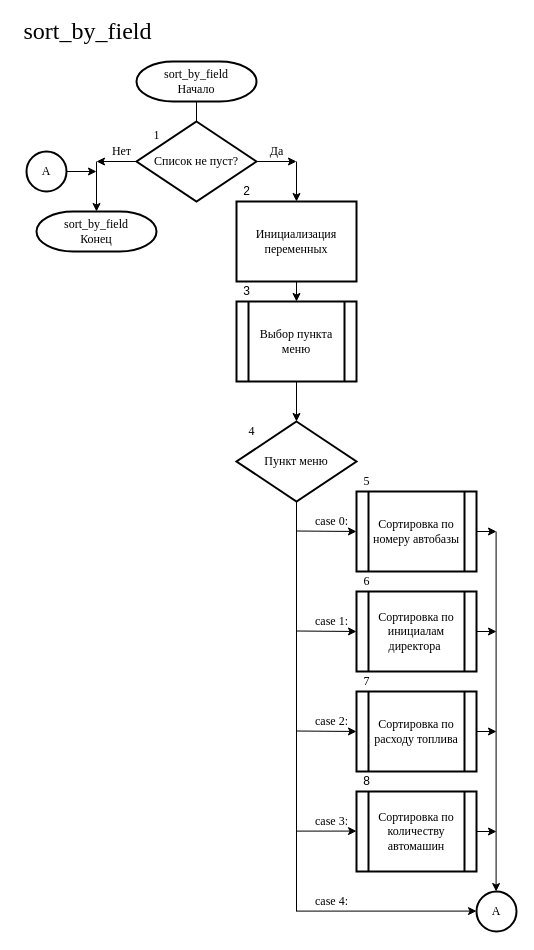
Earlier version of the draw.io diagram page "Сортировка" (4 of 12) of Структурные схемы для КП.drawio (noidoRG/my-draw.io). Source tidied: cells renumbered, new cells numbered last; positions are measured from the earlier drawing's top-left corner, leaving out a move shared by most shapes. Both pictures are drawn from the tidied source at 100%, with x=0, y=0 at pixel (17, 21).
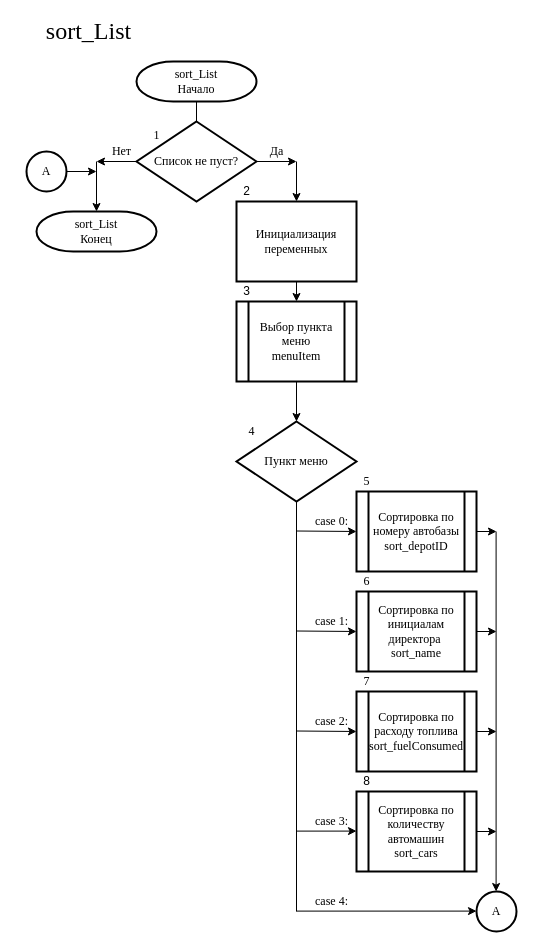
The same page after the edit.

Diff of the diagram source:
```diff
@@
-    <mxCell id="2" value="Выбор пункта меню" style="shape=process;whiteSpace=wrap;html=1;backgroundOutline=1;strokeWidth=2;fontFamily=Times New Roman;fontSize=12;align=center;" parent="1" vertex="1">
+    <mxCell id="2" value="Выбор пункта меню&lt;br&gt;menuItem" style="shape=process;whiteSpace=wrap;html=1;backgroundOutline=1;strokeWidth=2;fontFamily=Times New Roman;fontSize=12;align=center;" parent="1" vertex="1">
       <mxGeometry x="219" y="280" width="120" height="80" as="geometry" />
     </mxCell>
@@
-    <mxCell id="6" value="Сортировка по номеру автобазы" style="shape=process;whiteSpace=wrap;html=1;backgroundOutline=1;strokeWidth=2;fontFamily=Times New Roman;" parent="1" vertex="1">
+    <mxCell id="6" value="Сортировка по номеру автобазы&lt;br&gt;sort_depotID" style="shape=process;whiteSpace=wrap;html=1;backgroundOutline=1;strokeWidth=2;fontFamily=Times New Roman;" parent="1" vertex="1">
       <mxGeometry x="339" y="470" width="120" height="80" as="geometry" />
     </mxCell>
@@
-    <mxCell id="8" value="Сортировка по инициалам директора&amp;nbsp;" style="shape=process;whiteSpace=wrap;html=1;backgroundOutline=1;strokeWidth=2;fontFamily=Times New Roman;" parent="1" vertex="1">
+    <mxCell id="8" value="Сортировка по инициалам директора&amp;nbsp;&lt;br&gt;sort_name" style="shape=process;whiteSpace=wrap;html=1;backgroundOutline=1;strokeWidth=2;fontFamily=Times New Roman;" parent="1" vertex="1">
       <mxGeometry x="339" y="570" width="120" height="80" as="geometry" />
     </mxCell>
@@
-    <mxCell id="10" value="Сортировка по расходу топлива" style="shape=process;whiteSpace=wrap;html=1;backgroundOutline=1;strokeWidth=2;fontFamily=Times New Roman;" parent="1" vertex="1">
+    <mxCell id="10" value="Сортировка по расходу топлива&lt;br&gt;sort_fuelConsumed" style="shape=process;whiteSpace=wrap;html=1;backgroundOutline=1;strokeWidth=2;fontFamily=Times New Roman;" parent="1" vertex="1">
       <mxGeometry x="339" y="670" width="120" height="80" as="geometry" />
     </mxCell>
@@
-    <mxCell id="15" value="Сортировка по количеству автомашин" style="shape=process;whiteSpace=wrap;html=1;backgroundOutline=1;strokeWidth=2;fontFamily=Times New Roman;" parent="1" vertex="1">
+    <mxCell id="15" value="Сортировка по количеству автомашин&lt;br&gt;sort_cars" style="shape=process;whiteSpace=wrap;html=1;backgroundOutline=1;strokeWidth=2;fontFamily=Times New Roman;" parent="1" vertex="1">
       <mxGeometry x="339" y="770" width="120" height="80" as="geometry" />
     </mxCell>
@@
-    <mxCell id="33" value="sort_by_field&lt;br&gt;Начало&lt;br&gt;" style="strokeWidth=2;html=1;shape=mxgraph.flowchart.terminator;whiteSpace=wrap;fontFamily=Times New Roman;" parent="1" vertex="1">
+    <mxCell id="33" value="sort_List&lt;br&gt;Начало" style="strokeWidth=2;html=1;shape=mxgraph.flowchart.terminator;whiteSpace=wrap;fontFamily=Times New Roman;" parent="1" vertex="1">
       <mxGeometry x="119" y="40" width="120" height="40" as="geometry" />
     </mxCell>
-    <mxCell id="34" value="sort_by_field&lt;br&gt;Конец" style="strokeWidth=2;html=1;shape=mxgraph.flowchart.terminator;whiteSpace=wrap;fontFamily=Times New Roman;" parent="1" vertex="1">
+    <mxCell id="34" value="sort_List&lt;br&gt;Конец" style="strokeWidth=2;html=1;shape=mxgraph.flowchart.terminator;whiteSpace=wrap;fontFamily=Times New Roman;" parent="1" vertex="1">
       <mxGeometry x="19" y="190" width="120" height="40" as="geometry" />
     </mxCell>
-    <mxCell id="35" value="&lt;font style=&quot;font-size: 24px&quot;&gt;sort_by_field&lt;/font&gt;" style="text;html=1;align=center;verticalAlign=middle;strokeColor=none;fillColor=none;fontFamily=Times New Roman;" parent="1" vertex="1">
-      <mxGeometry width="140" height="20" as="geometry" />
+    <mxCell id="35" value="&lt;span style=&quot;font-size: 24px&quot;&gt;sort_List&lt;/span&gt;" style="text;html=1;align=center;verticalAlign=middle;strokeColor=none;fillColor=none;fontFamily=Times New Roman;" parent="1" vertex="1">
+      <mxGeometry x="23" y="-1" width="95" height="22" as="geometry" />
     </mxCell>
```
